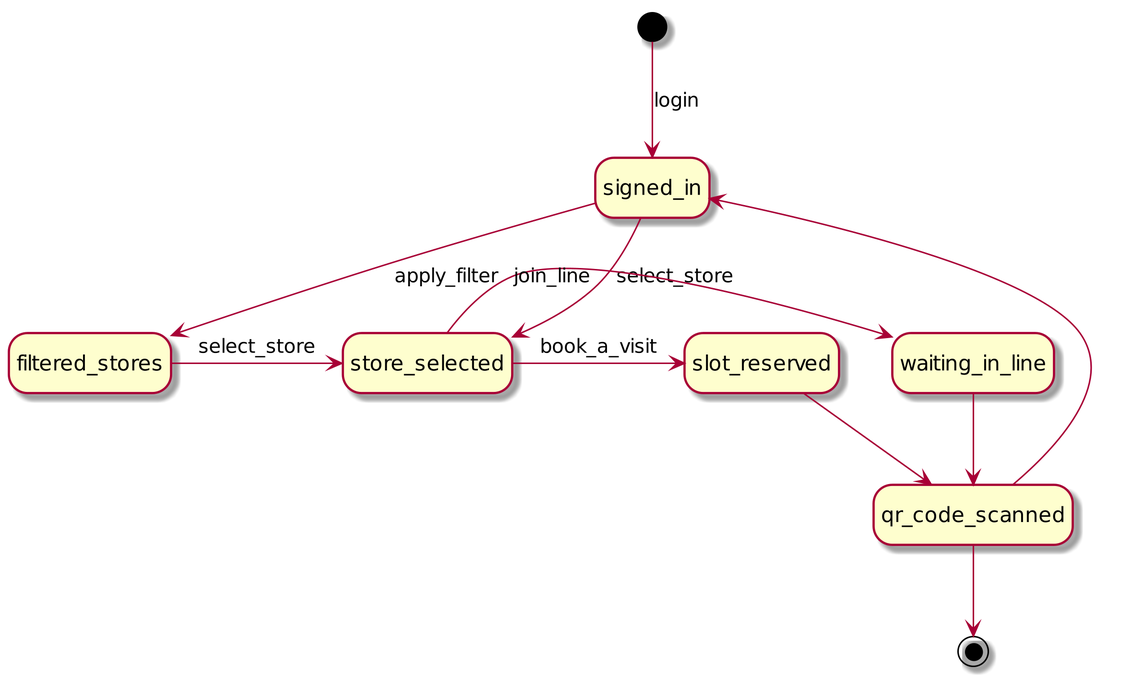
Before: RASD/uml/client_state_chart.png, a diagram exported from PlantUML (andreafra/Software-Engineering-2-Project-2021).
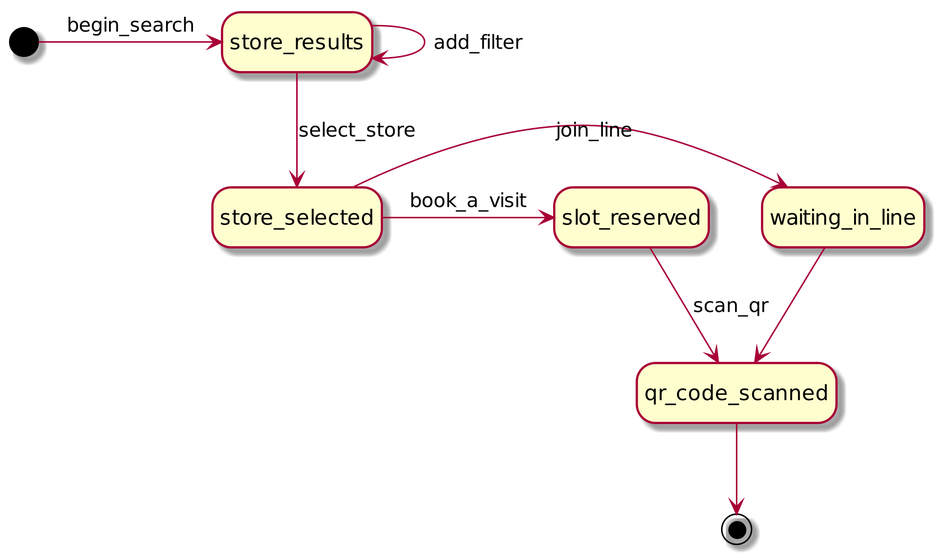
After the change.

The edit, as a diff of the source:
```diff
@@ -5,15 +5,13 @@
 skinparam ActorFontSize 15
 skinparam UsecaseFontSize 12
 
-[*] --> signed_in : login
-signed_in -> store_selected : select_store
-signed_in --> filtered_stores : apply_filter
-filtered_stores -> store_selected : select_store
+[*] -> store_results : begin_search
+store_results --> store_selected : select_store
+store_results --> store_results : add_filter
 store_selected -> waiting_in_line : join_line
 store_selected -> slot_reserved : book_a_visit
 waiting_in_line --> qr_code_scanned
-slot_reserved --> qr_code_scanned
-qr_code_scanned --> signed_in
+slot_reserved --> qr_code_scanned : scan_qr
 qr_code_scanned --> [*]
 
 @enduml
```
